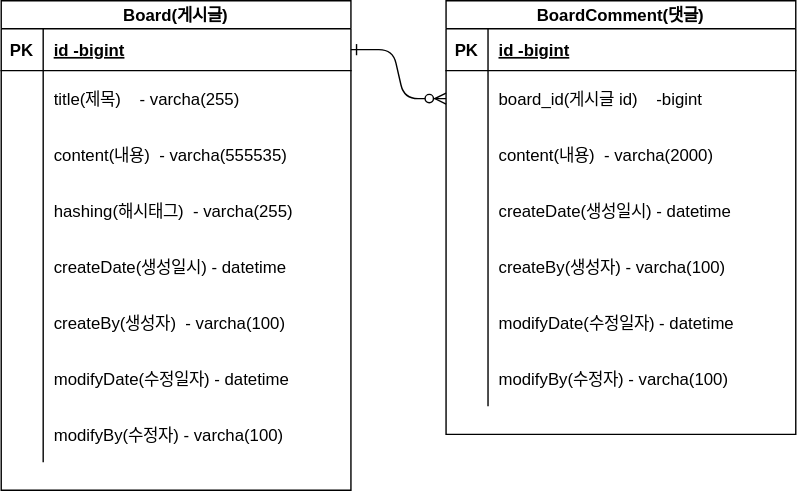
Above: document/board_erd.svg in tztos104/board-project (draw.io), before the change. Source tidied: cells renumbered, new cells last; positions are measured from the earlier drawing's top-left corner, leaving out a move shared by most shapes.
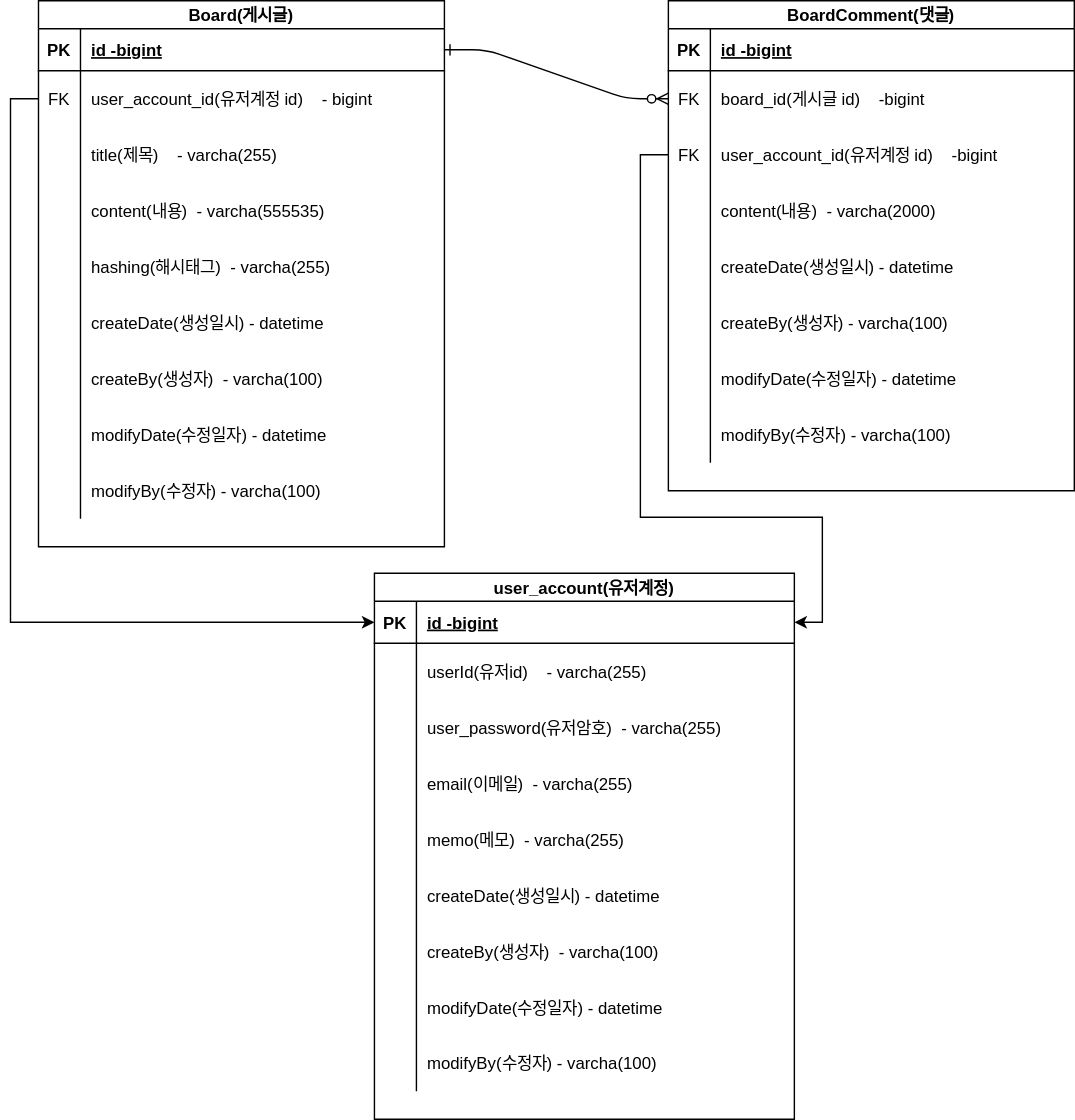
The same file after the commit.

What changed in the source:
```diff
@@ -8,6 +8,6 @@
     <mxCell id="3" value="Board(게시글)" style="shape=table;startSize=20;rowLines=0;fontStyle=1;align=center;" parent="1" vertex="1">
-      <mxGeometry width="250" height="350" as="geometry" />
+      <mxGeometry x="-63" width="290" height="390" as="geometry" />
     </mxCell>
     <mxCell id="4" style="shape=partialRectangle;fillColor=none;points=[[0,0.5],[1,0.5]];portConstraint=eastwest;top=0;left=0;right=0;bottom=1;" parent="3" vertex="1">
-      <mxGeometry y="20" width="250" height="30" as="geometry" />
+      <mxGeometry y="20" width="290" height="30" as="geometry" />
     </mxCell>
@@ -17,15 +17,24 @@
     <mxCell id="6" value="id -bigint" style="shape=partialRectangle;overflow=hidden;fillColor=none;top=0;left=0;bottom=0;right=0;align=left;spacingLeft=6;fontStyle=5;" parent="4" vertex="1">
-      <mxGeometry x="30" width="220" height="30" as="geometry" />
+      <mxGeometry x="30" width="260" height="30" as="geometry" />
     </mxCell>
     <mxCell id="7" style="shape=partialRectangle;fillColor=none;points=[[0,0.5],[1,0.5]];portConstraint=eastwest;top=0;left=0;right=0;bottom=0;" parent="3" vertex="1">
-      <mxGeometry y="50" width="250" height="40" as="geometry" />
+      <mxGeometry y="50" width="290" height="40" as="geometry" />
     </mxCell>
-    <mxCell id="8" style="shape=partialRectangle;overflow=hidden;fillColor=none;top=0;left=0;bottom=0;right=0;" parent="7" vertex="1">
+    <mxCell id="8" value="FK" style="shape=partialRectangle;overflow=hidden;fillColor=none;top=0;left=0;bottom=0;right=0;" parent="7" vertex="1">
       <mxGeometry width="30" height="40" as="geometry" />
     </mxCell>
-    <mxCell id="9" value="title(제목)    - varcha(255)" style="shape=partialRectangle;overflow=hidden;fillColor=none;top=0;left=0;bottom=0;right=0;align=left;spacingLeft=6;" parent="7" vertex="1">
-      <mxGeometry x="30" width="220" height="40" as="geometry" />
+    <mxCell id="9" value="user_account_id(유저계정 id)    - bigint" style="shape=partialRectangle;overflow=hidden;fillColor=none;top=0;left=0;bottom=0;right=0;align=left;spacingLeft=6;" parent="7" vertex="1">
+      <mxGeometry x="30" width="260" height="40" as="geometry" />
     </mxCell>
+    <mxCell id="50" style="shape=partialRectangle;fillColor=none;top=0;left=0;right=0;bottom=0;" parent="3" vertex="1">
+      <mxGeometry y="90" width="290" height="40" as="geometry" />
+    </mxCell>
+    <mxCell id="51" style="shape=partialRectangle;overflow=hidden;fillColor=none;top=0;left=0;bottom=0;right=0;" parent="50" vertex="1">
+      <mxGeometry width="30" height="40" as="geometry" />
+    </mxCell>
+    <mxCell id="52" value="title(제목)    - varcha(255)" style="shape=partialRectangle;overflow=hidden;fillColor=none;top=0;left=0;bottom=0;right=0;align=left;spacingLeft=6;" parent="50" vertex="1">
+      <mxGeometry x="30" width="260" height="40" as="geometry" />
+    </mxCell>
     <mxCell id="10" style="shape=partialRectangle;fillColor=none;top=0;left=0;right=0;bottom=0;" parent="3" vertex="1">
-      <mxGeometry y="90" width="250" height="40" as="geometry" />
+      <mxGeometry y="130" width="290" height="40" as="geometry" />
     </mxCell>
@@ -35,6 +44,6 @@
     <mxCell id="12" value="content(내용)  - varcha(555535)" style="shape=partialRectangle;overflow=hidden;fillColor=none;top=0;left=0;bottom=0;right=0;align=left;spacingLeft=6;" parent="10" vertex="1">
-      <mxGeometry x="30" width="220" height="40" as="geometry" />
+      <mxGeometry x="30" width="260" height="40" as="geometry" />
     </mxCell>
     <mxCell id="13" style="shape=partialRectangle;fillColor=none;top=0;left=0;right=0;bottom=0;" parent="3" vertex="1">
-      <mxGeometry y="130" width="250" height="40" as="geometry" />
+      <mxGeometry y="170" width="290" height="40" as="geometry" />
     </mxCell>
@@ -44,6 +53,6 @@
     <mxCell id="15" value="hashing(해시태그)  - varcha(255)" style="shape=partialRectangle;overflow=hidden;fillColor=none;top=0;left=0;bottom=0;right=0;align=left;spacingLeft=6;" parent="13" vertex="1">
-      <mxGeometry x="30" width="220" height="40" as="geometry" />
+      <mxGeometry x="30" width="260" height="40" as="geometry" />
     </mxCell>
     <mxCell id="16" style="shape=partialRectangle;fillColor=none;top=0;left=0;right=0;bottom=0;" parent="3" vertex="1">
-      <mxGeometry y="170" width="250" height="40" as="geometry" />
+      <mxGeometry y="210" width="290" height="40" as="geometry" />
     </mxCell>
@@ -53,6 +62,6 @@
     <mxCell id="18" value="createDate(생성일시) - datetime" style="shape=partialRectangle;overflow=hidden;fillColor=none;top=0;left=0;bottom=0;right=0;align=left;spacingLeft=6;" parent="16" vertex="1">
-      <mxGeometry x="30" width="220" height="40" as="geometry" />
+      <mxGeometry x="30" width="260" height="40" as="geometry" />
     </mxCell>
     <mxCell id="19" style="shape=partialRectangle;fillColor=none;top=0;left=0;right=0;bottom=0;" parent="3" vertex="1">
-      <mxGeometry y="210" width="250" height="40" as="geometry" />
+      <mxGeometry y="250" width="290" height="40" as="geometry" />
     </mxCell>
@@ -62,6 +71,6 @@
     <mxCell id="21" value="createBy(생성자)  - varcha(100)" style="shape=partialRectangle;overflow=hidden;fillColor=none;top=0;left=0;bottom=0;right=0;align=left;spacingLeft=6;" parent="19" vertex="1">
-      <mxGeometry x="30" width="220" height="40" as="geometry" />
+      <mxGeometry x="30" width="260" height="40" as="geometry" />
     </mxCell>
     <mxCell id="22" style="shape=partialRectangle;fillColor=none;top=0;left=0;right=0;bottom=0;" parent="3" vertex="1">
-      <mxGeometry y="250" width="250" height="40" as="geometry" />
+      <mxGeometry y="290" width="290" height="40" as="geometry" />
     </mxCell>
@@ -71,6 +80,6 @@
     <mxCell id="24" value="modifyDate(수정일자) - datetime" style="shape=partialRectangle;overflow=hidden;fillColor=none;top=0;left=0;bottom=0;right=0;align=left;spacingLeft=6;" parent="22" vertex="1">
-      <mxGeometry x="30" width="220" height="40" as="geometry" />
+      <mxGeometry x="30" width="260" height="40" as="geometry" />
     </mxCell>
     <mxCell id="25" style="shape=partialRectangle;fillColor=none;top=0;left=0;right=0;bottom=0;" parent="3" vertex="1">
-      <mxGeometry y="290" width="250" height="40" as="geometry" />
+      <mxGeometry y="330" width="290" height="40" as="geometry" />
     </mxCell>
@@ -80,9 +89,9 @@
     <mxCell id="27" value="modifyBy(수정자) - varcha(100)" style="shape=partialRectangle;overflow=hidden;fillColor=none;top=0;left=0;bottom=0;right=0;align=left;spacingLeft=6;" parent="25" vertex="1">
-      <mxGeometry x="30" width="220" height="40" as="geometry" />
+      <mxGeometry x="30" width="260" height="40" as="geometry" />
     </mxCell>
     <mxCell id="28" value="BoardComment(댓글)" style="shape=table;startSize=20;rowLines=0;fontStyle=1;align=center;" parent="1" vertex="1">
-      <mxGeometry x="318" width="250" height="310" as="geometry" />
+      <mxGeometry x="387" width="290" height="350" as="geometry" />
     </mxCell>
     <mxCell id="29" style="shape=partialRectangle;fillColor=none;top=0;left=0;right=0;bottom=1;" parent="28" vertex="1">
-      <mxGeometry y="20" width="250" height="30" as="geometry" />
+      <mxGeometry y="20" width="290" height="30" as="geometry" />
     </mxCell>
@@ -92,8 +101,8 @@
     <mxCell id="31" value="id -bigint" style="shape=partialRectangle;overflow=hidden;fillColor=none;top=0;left=0;bottom=0;right=0;align=left;spacingLeft=6;fontStyle=5;" parent="29" vertex="1">
-      <mxGeometry x="30" width="220" height="30" as="geometry" />
+      <mxGeometry x="30" width="260" height="30" as="geometry" />
     </mxCell>
     <mxCell id="32" style="shape=partialRectangle;fillColor=none;points=[[0,0.5],[1,0.5]];portConstraint=eastwest;top=0;left=0;right=0;bottom=0;" parent="28" vertex="1">
-      <mxGeometry y="50" width="250" height="40" as="geometry" />
+      <mxGeometry y="50" width="290" height="40" as="geometry" />
     </mxCell>
-    <mxCell id="33" style="shape=partialRectangle;overflow=hidden;fillColor=none;top=0;left=0;bottom=0;right=0;" parent="32" vertex="1">
+    <mxCell id="33" value="FK" style="shape=partialRectangle;overflow=hidden;fillColor=none;top=0;left=0;bottom=0;right=0;" parent="32" vertex="1">
       <mxGeometry width="30" height="40" as="geometry" />
@@ -101,6 +110,15 @@
     <mxCell id="34" value="board_id(게시글 id)    -bigint" style="shape=partialRectangle;overflow=hidden;fillColor=none;top=0;left=0;bottom=0;right=0;align=left;spacingLeft=6;" parent="32" vertex="1">
-      <mxGeometry x="30" width="220" height="40" as="geometry" />
+      <mxGeometry x="30" width="260" height="40" as="geometry" />
     </mxCell>
+    <mxCell id="53" style="shape=partialRectangle;fillColor=none;points=[[0,0.5],[1,0.5]];portConstraint=eastwest;top=0;left=0;right=0;bottom=0;" parent="28" vertex="1">
+      <mxGeometry y="90" width="290" height="40" as="geometry" />
+    </mxCell>
+    <mxCell id="54" value="FK" style="shape=partialRectangle;overflow=hidden;fillColor=none;top=0;left=0;bottom=0;right=0;" parent="53" vertex="1">
+      <mxGeometry width="30" height="40" as="geometry" />
+    </mxCell>
+    <mxCell id="55" value="user_account_id(유저계정 id)    -bigint" style="shape=partialRectangle;overflow=hidden;fillColor=none;top=0;left=0;bottom=0;right=0;align=left;spacingLeft=6;" parent="53" vertex="1">
+      <mxGeometry x="30" width="260" height="40" as="geometry" />
+    </mxCell>
     <mxCell id="35" style="shape=partialRectangle;fillColor=none;top=0;left=0;right=0;bottom=0;" parent="28" vertex="1">
-      <mxGeometry y="90" width="250" height="40" as="geometry" />
+      <mxGeometry y="130" width="290" height="40" as="geometry" />
     </mxCell>
@@ -110,6 +128,6 @@
     <mxCell id="37" value="content(내용)  - varcha(2000)" style="shape=partialRectangle;overflow=hidden;fillColor=none;top=0;left=0;bottom=0;right=0;align=left;spacingLeft=6;" parent="35" vertex="1">
-      <mxGeometry x="30" width="220" height="40" as="geometry" />
+      <mxGeometry x="30" width="260" height="40" as="geometry" />
     </mxCell>
     <mxCell id="38" style="shape=partialRectangle;fillColor=none;top=0;left=0;right=0;bottom=0;" parent="28" vertex="1">
-      <mxGeometry y="130" width="250" height="40" as="geometry" />
+      <mxGeometry y="170" width="290" height="40" as="geometry" />
     </mxCell>
@@ -119,6 +137,6 @@
     <mxCell id="40" value="createDate(생성일시) - datetime" style="shape=partialRectangle;overflow=hidden;fillColor=none;top=0;left=0;bottom=0;right=0;align=left;spacingLeft=6;" parent="38" vertex="1">
-      <mxGeometry x="30" width="220" height="40" as="geometry" />
+      <mxGeometry x="30" width="260" height="40" as="geometry" />
     </mxCell>
     <mxCell id="41" style="shape=partialRectangle;fillColor=none;top=0;left=0;right=0;bottom=0;" parent="28" vertex="1">
-      <mxGeometry y="170" width="250" height="40" as="geometry" />
+      <mxGeometry y="210" width="290" height="40" as="geometry" />
     </mxCell>
@@ -128,6 +146,6 @@
     <mxCell id="43" value="createBy(생성자) - varcha(100)" style="shape=partialRectangle;overflow=hidden;fillColor=none;top=0;left=0;bottom=0;right=0;align=left;spacingLeft=6;" parent="41" vertex="1">
-      <mxGeometry x="30" width="220" height="40" as="geometry" />
+      <mxGeometry x="30" width="260" height="40" as="geometry" />
     </mxCell>
     <mxCell id="44" style="shape=partialRectangle;fillColor=none;top=0;left=0;right=0;bottom=0;" parent="28" vertex="1">
-      <mxGeometry y="210" width="250" height="40" as="geometry" />
+      <mxGeometry y="250" width="290" height="40" as="geometry" />
     </mxCell>
@@ -137,6 +155,6 @@
     <mxCell id="46" value="modifyDate(수정일자) - datetime" style="shape=partialRectangle;overflow=hidden;fillColor=none;top=0;left=0;bottom=0;right=0;align=left;spacingLeft=6;" parent="44" vertex="1">
-      <mxGeometry x="30" width="220" height="40" as="geometry" />
+      <mxGeometry x="30" width="260" height="40" as="geometry" />
     </mxCell>
     <mxCell id="47" style="shape=partialRectangle;fillColor=none;top=0;left=0;right=0;bottom=0;" parent="28" vertex="1">
-      <mxGeometry y="250" width="250" height="40" as="geometry" />
+      <mxGeometry y="290" width="290" height="40" as="geometry" />
     </mxCell>
@@ -146,4 +164,101 @@
     <mxCell id="49" value="modifyBy(수정자) - varcha(100)" style="shape=partialRectangle;overflow=hidden;fillColor=none;top=0;left=0;bottom=0;right=0;align=left;spacingLeft=6;" parent="47" vertex="1">
-      <mxGeometry x="30" width="220" height="40" as="geometry" />
+      <mxGeometry x="30" width="260" height="40" as="geometry" />
     </mxCell>
+    <mxCell id="56" value="user_account(유저계정)" style="shape=table;startSize=20;rowLines=0;fontStyle=1;align=center;" parent="1" vertex="1">
+      <mxGeometry x="177" y="409" width="300" height="390" as="geometry" />
+    </mxCell>
+    <mxCell id="57" style="shape=partialRectangle;fillColor=none;points=[[0,0.5],[1,0.5]];portConstraint=eastwest;top=0;left=0;right=0;bottom=1;" parent="56" vertex="1">
+      <mxGeometry y="20" width="300" height="30" as="geometry" />
+    </mxCell>
+    <mxCell id="58" value="PK" style="shape=partialRectangle;overflow=hidden;fillColor=none;top=0;left=0;bottom=0;right=0;fontStyle=1;" parent="57" vertex="1">
+      <mxGeometry width="30" height="30" as="geometry" />
+    </mxCell>
+    <mxCell id="59" value="id -bigint" style="shape=partialRectangle;overflow=hidden;fillColor=none;top=0;left=0;bottom=0;right=0;align=left;spacingLeft=6;fontStyle=5;" parent="57" vertex="1">
+      <mxGeometry x="30" width="270" height="30" as="geometry" />
+    </mxCell>
+    <mxCell id="60" style="shape=partialRectangle;fillColor=none;top=0;left=0;right=0;bottom=0;" parent="56" vertex="1">
+      <mxGeometry y="50" width="300" height="40" as="geometry" />
+    </mxCell>
+    <mxCell id="61" style="shape=partialRectangle;overflow=hidden;fillColor=none;top=0;left=0;bottom=0;right=0;" parent="60" vertex="1">
+      <mxGeometry width="30" height="40" as="geometry" />
+    </mxCell>
+    <mxCell id="62" value="userId(유저id)    - varcha(255)" style="shape=partialRectangle;overflow=hidden;fillColor=none;top=0;left=0;bottom=0;right=0;align=left;spacingLeft=6;" parent="60" vertex="1">
+      <mxGeometry x="30" width="270" height="40" as="geometry" />
+    </mxCell>
+    <mxCell id="63" style="shape=partialRectangle;fillColor=none;top=0;left=0;right=0;bottom=0;" parent="56" vertex="1">
+      <mxGeometry y="90" width="300" height="40" as="geometry" />
+    </mxCell>
+    <mxCell id="64" style="shape=partialRectangle;overflow=hidden;fillColor=none;top=0;left=0;bottom=0;right=0;" parent="63" vertex="1">
+      <mxGeometry width="30" height="40" as="geometry" />
+    </mxCell>
+    <mxCell id="65" value="user_password(유저암호)  - varcha(255)" style="shape=partialRectangle;overflow=hidden;fillColor=none;top=0;left=0;bottom=0;right=0;align=left;spacingLeft=6;" parent="63" vertex="1">
+      <mxGeometry x="30" width="270" height="40" as="geometry" />
+    </mxCell>
+    <mxCell id="66" style="shape=partialRectangle;fillColor=none;top=0;left=0;right=0;bottom=0;" parent="56" vertex="1">
+      <mxGeometry y="130" width="300" height="40" as="geometry" />
+    </mxCell>
+    <mxCell id="67" style="shape=partialRectangle;overflow=hidden;fillColor=none;top=0;left=0;bottom=0;right=0;" parent="66" vertex="1">
+      <mxGeometry width="30" height="40" as="geometry" />
+    </mxCell>
+    <mxCell id="68" value="email(이메일)  - varcha(255)" style="shape=partialRectangle;overflow=hidden;fillColor=none;top=0;left=0;bottom=0;right=0;align=left;spacingLeft=6;" parent="66" vertex="1">
+      <mxGeometry x="30" width="270" height="40" as="geometry" />
+    </mxCell>
+    <mxCell id="69" style="shape=partialRectangle;fillColor=none;top=0;left=0;right=0;bottom=0;" parent="56" vertex="1">
+      <mxGeometry y="170" width="300" height="40" as="geometry" />
+    </mxCell>
+    <mxCell id="70" style="shape=partialRectangle;overflow=hidden;fillColor=none;top=0;left=0;bottom=0;right=0;" parent="69" vertex="1">
+      <mxGeometry width="30" height="40" as="geometry" />
+    </mxCell>
+    <mxCell id="71" value="memo(메모)  - varcha(255)" style="shape=partialRectangle;overflow=hidden;fillColor=none;top=0;left=0;bottom=0;right=0;align=left;spacingLeft=6;" parent="69" vertex="1">
+      <mxGeometry x="30" width="270" height="40" as="geometry" />
+    </mxCell>
+    <mxCell id="72" style="shape=partialRectangle;fillColor=none;top=0;left=0;right=0;bottom=0;" parent="56" vertex="1">
+      <mxGeometry y="210" width="300" height="40" as="geometry" />
+    </mxCell>
+    <mxCell id="73" style="shape=partialRectangle;overflow=hidden;fillColor=none;top=0;left=0;bottom=0;right=0;" parent="72" vertex="1">
+      <mxGeometry width="30" height="40" as="geometry" />
+    </mxCell>
+    <mxCell id="74" value="createDate(생성일시) - datetime" style="shape=partialRectangle;overflow=hidden;fillColor=none;top=0;left=0;bottom=0;right=0;align=left;spacingLeft=6;" parent="72" vertex="1">
+      <mxGeometry x="30" width="270" height="40" as="geometry" />
+    </mxCell>
+    <mxCell id="75" style="shape=partialRectangle;fillColor=none;top=0;left=0;right=0;bottom=0;" parent="56" vertex="1">
+      <mxGeometry y="250" width="300" height="40" as="geometry" />
+    </mxCell>
+    <mxCell id="76" style="shape=partialRectangle;overflow=hidden;fillColor=none;top=0;left=0;bottom=0;right=0;" parent="75" vertex="1">
+      <mxGeometry width="30" height="40" as="geometry" />
+    </mxCell>
+    <mxCell id="77" value="createBy(생성자)  - varcha(100)" style="shape=partialRectangle;overflow=hidden;fillColor=none;top=0;left=0;bottom=0;right=0;align=left;spacingLeft=6;" parent="75" vertex="1">
+      <mxGeometry x="30" width="270" height="40" as="geometry" />
+    </mxCell>
+    <mxCell id="78" style="shape=partialRectangle;fillColor=none;top=0;left=0;right=0;bottom=0;" parent="56" vertex="1">
+      <mxGeometry y="290" width="300" height="40" as="geometry" />
+    </mxCell>
+    <mxCell id="79" style="shape=partialRectangle;overflow=hidden;fillColor=none;top=0;left=0;bottom=0;right=0;" parent="78" vertex="1">
+      <mxGeometry width="30" height="40" as="geometry" />
+    </mxCell>
+    <mxCell id="80" value="modifyDate(수정일자) - datetime" style="shape=partialRectangle;overflow=hidden;fillColor=none;top=0;left=0;bottom=0;right=0;align=left;spacingLeft=6;" parent="78" vertex="1">
+      <mxGeometry x="30" width="270" height="40" as="geometry" />
+    </mxCell>
+    <mxCell id="81" style="shape=partialRectangle;fillColor=none;top=0;left=0;right=0;bottom=0;" parent="56" vertex="1">
+      <mxGeometry y="330" width="300" height="40" as="geometry" />
+    </mxCell>
+    <mxCell id="82" style="shape=partialRectangle;overflow=hidden;fillColor=none;top=0;left=0;bottom=0;right=0;" parent="81" vertex="1">
+      <mxGeometry width="30" height="40" as="geometry" />
+    </mxCell>
+    <mxCell id="83" value="modifyBy(수정자) - varcha(100)" style="shape=partialRectangle;overflow=hidden;fillColor=none;top=0;left=0;bottom=0;right=0;align=left;spacingLeft=6;" parent="81" vertex="1">
+      <mxGeometry x="30" width="270" height="40" as="geometry" />
+    </mxCell>
+    <mxCell id="84" style="edgeStyle=orthogonalEdgeStyle;rounded=0;jettySize=auto;html=1;exitX=0;exitY=0.5;exitDx=0;exitDy=0;entryX=0;entryY=0.5;entryDx=0;entryDy=0;" parent="1" edge="1" source="7" target="57">
+      <mxGeometry relative="1" as="geometry" />
+    </mxCell>
+    <mxCell id="85" style="edgeStyle=orthogonalEdgeStyle;rounded=0;jettySize=auto;html=1;exitX=0;exitY=0.5;exitDx=0;exitDy=0;entryX=1;entryY=0.5;entryDx=0;entryDy=0;" parent="1" edge="1" source="53" target="57">
+      <mxGeometry relative="1" as="geometry">
+        <Array as="points">
+          <mxPoint x="367" y="110" />
+          <mxPoint x="367" y="369" />
+          <mxPoint x="497" y="369" />
+          <mxPoint x="497" y="444" />
+        </Array>
+      </mxGeometry>
+    </mxCell>
   </root>
```
